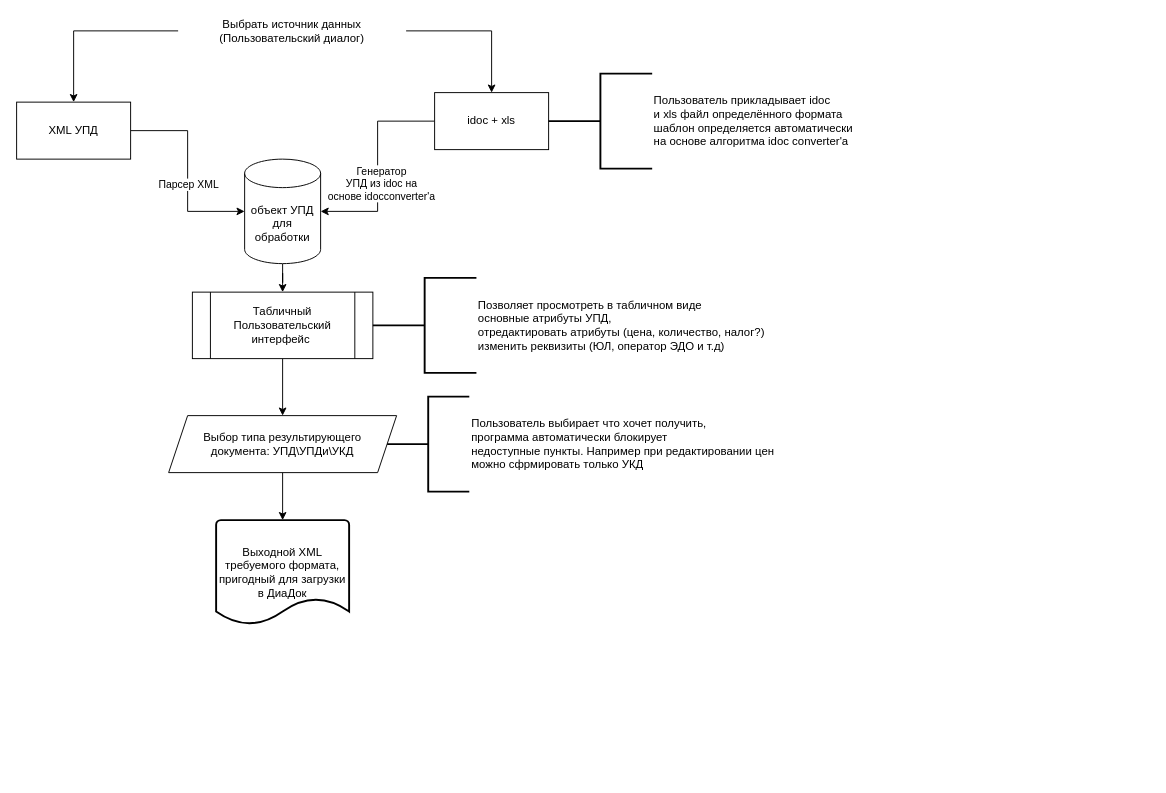
Before: Untitled Diagram.drawio in SergeyMirvoda/da2016, a draw.io diagram. Source tidied: cells renumbered, new cells numbered last; positions are measured from the earlier drawing's top-left corner, leaving out a move shared by most shapes. Both pictures are drawn from the tidied source at 95%, with x=0, y=0 at pixel (16, 16).
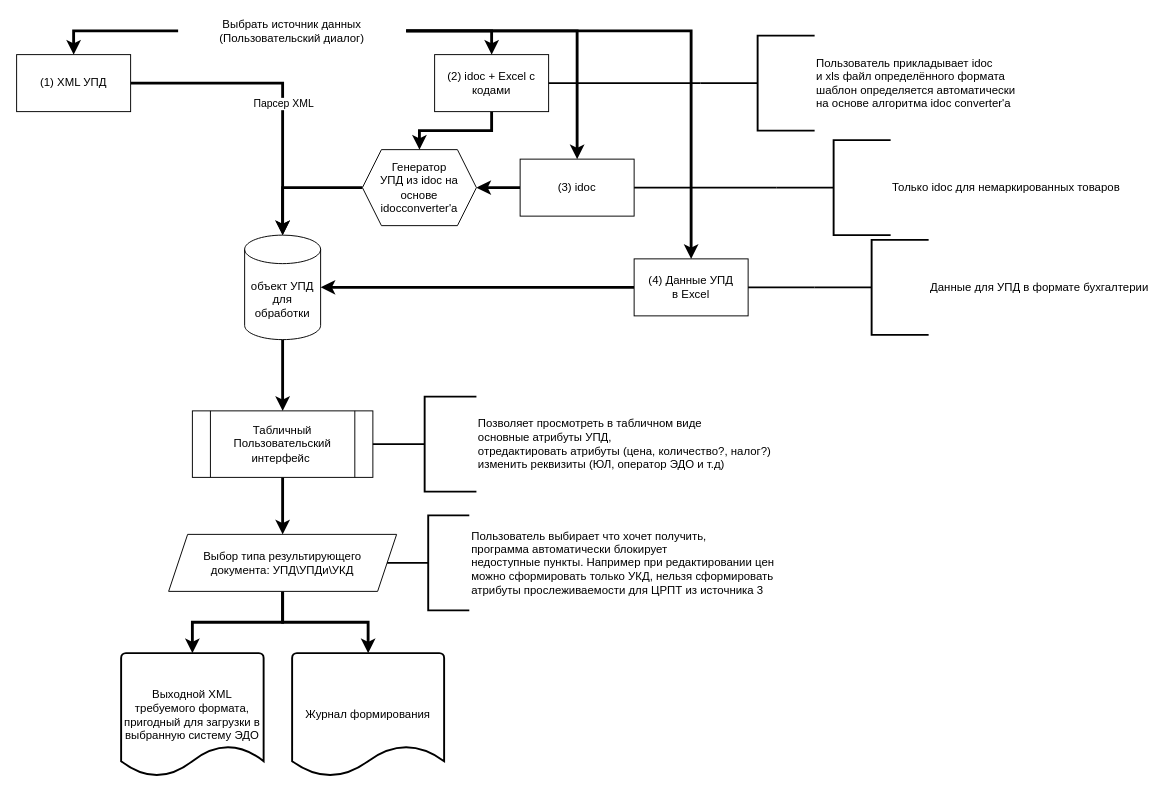
The same page after the edit.

Unchanged cells that the change refers to:
```xml
<mxCell id="4" value="Выбрать источник данных (Пользовательский диалог)" style="text;html=1;strokeColor=none;fillColor=none;align=center;verticalAlign=middle;whiteSpace=wrap;rounded=0;" parent="1" vertex="1">
  <mxGeometry x="170" width="240" height="30" as="geometry" />
</mxCell>
```

Diff of the diagram source:
```diff
@@
-    <mxCell id="2" style="edgeStyle=orthogonalEdgeStyle;rounded=0;jettySize=auto;html=1;" parent="1" edge="1" source="4" target="7">
+    <mxCell id="2" style="edgeStyle=orthogonalEdgeStyle;rounded=0;jettySize=auto;html=1;strokeWidth=3;" parent="1" edge="1" source="4" target="7">
       <mxGeometry relative="1" as="geometry" />
     </mxCell>
-    <mxCell id="3" style="edgeStyle=orthogonalEdgeStyle;rounded=0;jettySize=auto;html=1;" parent="1" edge="1" source="4" target="10">
+    <mxCell id="3" style="edgeStyle=orthogonalEdgeStyle;rounded=0;jettySize=auto;html=1;strokeWidth=3;" parent="1" edge="1" source="4" target="10">
       <mxGeometry relative="1" as="geometry" />
     </mxCell>
+    <mxCell id="21" style="edgeStyle=orthogonalEdgeStyle;rounded=0;jettySize=auto;html=1;entryX=0.5;entryY=0;entryDx=0;entryDy=0;strokeWidth=3;" parent="1" edge="1" source="4" target="27">
+      <mxGeometry relative="1" as="geometry" />
+    </mxCell>
+    <mxCell id="22" style="edgeStyle=orthogonalEdgeStyle;rounded=0;jettySize=auto;html=1;strokeWidth=3;" parent="1" edge="1" source="4" target="29">
+      <mxGeometry relative="1" as="geometry" />
+    </mxCell>
@@
-    <mxCell id="5" style="edgeStyle=orthogonalEdgeStyle;rounded=0;jettySize=auto;html=1;" parent="1" edge="1" source="7" target="12">
+    <mxCell id="5" style="edgeStyle=orthogonalEdgeStyle;rounded=0;jettySize=auto;html=1;strokeWidth=3;" parent="1" edge="1" source="7" target="12">
       <mxGeometry relative="1" as="geometry" />
     </mxCell>
@@
-    <mxCell id="7" value="XML УПД" style="rounded=0;whiteSpace=wrap;html=1;" parent="1" vertex="1">
-      <mxGeometry y="90" width="120" height="60" as="geometry" />
+    <mxCell id="7" value="(1) XML УПД" style="rounded=0;whiteSpace=wrap;html=1;" parent="1" vertex="1">
+      <mxGeometry y="40" width="120" height="60" as="geometry" />
     </mxCell>
-    <mxCell id="8" style="edgeStyle=orthogonalEdgeStyle;rounded=0;jettySize=auto;html=1;entryX=1;entryY=0.5;entryDx=0;entryDy=0;entryPerimeter=0;" parent="1" edge="1" source="10" target="12">
-      <mxGeometry relative="1" as="geometry" />
-    </mxCell>
-    <mxCell id="9" value="Генератор&lt;br&gt;УПД из idoc на &lt;br&gt;основе idocconverter'a" style="edgeLabel;html=1;align=center;verticalAlign=middle;points=[];" parent="8" vertex="1">
-      <mxGeometry x="0.16" y="3" relative="1" as="geometry" />
-    </mxCell>
+    <mxCell id="23" style="edgeStyle=orthogonalEdgeStyle;rounded=0;jettySize=auto;html=1;entryX=0.5;entryY=0;entryDx=0;entryDy=0;strokeWidth=3;" parent="1" edge="1" source="10" target="9">
+      <mxGeometry relative="1" as="geometry" />
+    </mxCell>
-    <mxCell id="10" value="idoc + xls" style="rounded=0;whiteSpace=wrap;html=1;" parent="1" vertex="1">
-      <mxGeometry x="440" y="80" width="120" height="60" as="geometry" />
+    <mxCell id="10" value="(2) idoc + Excel с кодами" style="rounded=0;whiteSpace=wrap;html=1;" parent="1" vertex="1">
+      <mxGeometry x="440" y="40" width="120" height="60" as="geometry" />
     </mxCell>
-    <mxCell id="11" style="edgeStyle=orthogonalEdgeStyle;rounded=0;jettySize=auto;html=1;exitX=0.5;exitY=1;exitDx=0;exitDy=0;exitPerimeter=0;" parent="1" edge="1" source="12" target="14">
+    <mxCell id="11" style="edgeStyle=orthogonalEdgeStyle;rounded=0;jettySize=auto;html=1;exitX=0.5;exitY=1;exitDx=0;exitDy=0;exitPerimeter=0;strokeWidth=3;" parent="1" edge="1" source="12" target="14">
       <mxGeometry relative="1" as="geometry" />
     </mxCell>
     <mxCell id="12" value="объект УПД для обработки" style="shape=cylinder3;whiteSpace=wrap;html=1;boundedLbl=1;backgroundOutline=1;size=15;" parent="1" vertex="1">
-      <mxGeometry x="240" y="150" width="80" height="110" as="geometry" />
+      <mxGeometry x="240" y="230" width="80" height="110" as="geometry" />
     </mxCell>
-    <mxCell id="13" style="edgeStyle=orthogonalEdgeStyle;rounded=0;jettySize=auto;html=1;exitX=0.5;exitY=1;exitDx=0;exitDy=0;" parent="1" edge="1" source="14" target="18">
+    <mxCell id="13" style="edgeStyle=orthogonalEdgeStyle;rounded=0;jettySize=auto;html=1;exitX=0.5;exitY=1;exitDx=0;exitDy=0;strokeWidth=3;" parent="1" edge="1" source="14" target="18">
       <mxGeometry relative="1" as="geometry" />
     </mxCell>
     <mxCell id="14" value="Табличный Пользовательский интерфейс&amp;nbsp; " style="shape=process;whiteSpace=wrap;html=1;backgroundOutline=1;" parent="1" vertex="1">
-      <mxGeometry x="185" y="290" width="190" height="70" as="geometry" />
+      <mxGeometry x="185" y="415" width="190" height="70" as="geometry" />
     </mxCell>
-    <mxCell id="15" value="Выходной XML требуемого формата, пригодный для загрузки в ДиаДок" style="strokeWidth=2;html=1;shape=mxgraph.flowchart.document2;whiteSpace=wrap;size=0.25;" parent="1" vertex="1">
-      <mxGeometry x="210" y="530" width="140" height="110" as="geometry" />
+    <mxCell id="15" value="Журнал формирования" style="strokeWidth=2;html=1;shape=mxgraph.flowchart.document2;whiteSpace=wrap;size=0.25;" parent="1" vertex="1">
+      <mxGeometry x="290" y="670" width="160" height="130" as="geometry" />
     </mxCell>
-    <mxCell id="16" value="Позволяет просмотреть в табличном виде&lt;br&gt;основные атрибуты УПД, &lt;br&gt;отредактировать атрибуты (цена, количество, налог?)&lt;br&gt;изменить реквизиты (ЮЛ, оператор ЭДО и т.д)&lt;br&gt;" style="strokeWidth=2;html=1;shape=mxgraph.flowchart.annotation_2;align=left;labelPosition=right;" parent="1" vertex="1">
-      <mxGeometry x="375" y="275" width="109" height="100" as="geometry" />
+    <mxCell id="16" value="Позволяет просмотреть в табличном виде&lt;br&gt;основные атрибуты УПД, &lt;br&gt;отредактировать атрибуты (цена, количество?, налог?)&lt;br&gt;изменить реквизиты (ЮЛ, оператор ЭДО и т.д)" style="strokeWidth=2;html=1;shape=mxgraph.flowchart.annotation_2;align=left;labelPosition=right;" parent="1" vertex="1">
+      <mxGeometry x="375" y="400" width="109" height="100" as="geometry" />
     </mxCell>
+    <mxCell id="24" style="edgeStyle=orthogonalEdgeStyle;rounded=0;jettySize=auto;html=1;endArrow=classic;endFill=1;strokeWidth=3;" parent="1" edge="1" source="18" target="35">
+      <mxGeometry relative="1" as="geometry" />
+    </mxCell>
-    <mxCell id="17" style="edgeStyle=orthogonalEdgeStyle;rounded=0;jettySize=auto;html=1;" parent="1" edge="1" source="18" target="15">
+    <mxCell id="17" style="edgeStyle=orthogonalEdgeStyle;rounded=0;jettySize=auto;html=1;endArrow=classic;endFill=1;strokeWidth=3;" parent="1" edge="1" source="18" target="15">
       <mxGeometry relative="1" as="geometry" />
     </mxCell>
     <mxCell id="18" value="Выбор типа результирующего &lt;br&gt;документа: УПД\УПДи\УКД" style="shape=parallelogram;perimeter=parallelogramPerimeter;whiteSpace=wrap;html=1;fixedSize=1;" parent="1" vertex="1">
-      <mxGeometry x="160" y="420" width="240" height="60" as="geometry" />
+      <mxGeometry x="160" y="545" width="240" height="60" as="geometry" />
     </mxCell>
-    <mxCell id="19" value="Пользователь выбирает что хочет получить,&lt;br&gt;программа автоматически блокирует &lt;br&gt;недоступные пункты. Например при редактировании цен&lt;br&gt;можно сфрмировать только УКД" style="strokeWidth=2;html=1;shape=mxgraph.flowchart.annotation_2;align=left;labelPosition=right;" parent="1" vertex="1">
-      <mxGeometry x="390" y="400" width="86.5" height="100" as="geometry" />
+    <mxCell id="19" value="Пользователь выбирает что хочет получить,&lt;br&gt;программа автоматически блокирует &lt;br&gt;недоступные пункты. Например при редактировании цен&lt;br&gt;можно сформировать только УКД, нельзя сформировать &lt;br&gt;атрибуты прослеживаемости для ЦРПТ из источника 3" style="strokeWidth=2;html=1;shape=mxgraph.flowchart.annotation_2;align=left;labelPosition=right;" parent="1" vertex="1">
+      <mxGeometry x="390" y="525" width="86.5" height="100" as="geometry" />
     </mxCell>
+    <mxCell id="25" style="edgeStyle=orthogonalEdgeStyle;rounded=0;jettySize=auto;html=1;strokeWidth=2;endArrow=none;endFill=0;" parent="1" edge="1" source="20" target="10">
+      <mxGeometry relative="1" as="geometry" />
+    </mxCell>
     <mxCell id="20" value="Пользователь прикладывает idoc&lt;br&gt;и xls файл определённого формата&lt;br&gt;шаблон определяется автоматически&lt;br&gt;на основе алгоритма idoc converter'a" style="strokeWidth=2;html=1;shape=mxgraph.flowchart.annotation_2;align=left;labelPosition=right;" parent="1" vertex="1">
-      <mxGeometry x="560" y="60" width="109" height="100" as="geometry" />
+      <mxGeometry x="720" y="20" width="120" height="100" as="geometry" />
     </mxCell>
+    <mxCell id="26" style="edgeStyle=orthogonalEdgeStyle;rounded=0;jettySize=auto;html=1;entryX=1;entryY=0.5;entryDx=0;entryDy=0;strokeWidth=3;" parent="1" edge="1" source="27" target="9">
+      <mxGeometry relative="1" as="geometry" />
+    </mxCell>
+    <mxCell id="27" value="(3) idoc" style="rounded=0;whiteSpace=wrap;html=1;" parent="1" vertex="1">
+      <mxGeometry x="530" y="150" width="120" height="60" as="geometry" />
+    </mxCell>
+    <mxCell id="28" style="edgeStyle=orthogonalEdgeStyle;rounded=0;jettySize=auto;html=1;strokeWidth=3;" parent="1" edge="1" source="29" target="12">
+      <mxGeometry relative="1" as="geometry" />
+    </mxCell>
+    <mxCell id="29" value="(4) Данные УПД &lt;br&gt;в Excel" style="rounded=0;whiteSpace=wrap;html=1;" parent="1" vertex="1">
+      <mxGeometry x="650" y="255" width="120" height="60" as="geometry" />
+    </mxCell>
+    <mxCell id="30" style="edgeStyle=orthogonalEdgeStyle;rounded=0;jettySize=auto;html=1;endArrow=none;endFill=0;strokeWidth=2;" parent="1" edge="1" source="31" target="27">
+      <mxGeometry relative="1" as="geometry" />
+    </mxCell>
+    <mxCell id="31" value="Только idoc для немаркированных товаров" style="strokeWidth=2;html=1;shape=mxgraph.flowchart.annotation_2;align=left;labelPosition=right;" parent="1" vertex="1">
+      <mxGeometry x="800" y="130" width="120" height="100" as="geometry" />
+    </mxCell>
+    <mxCell id="32" style="edgeStyle=orthogonalEdgeStyle;rounded=0;jettySize=auto;html=1;strokeWidth=2;endArrow=none;endFill=0;" parent="1" edge="1" source="33" target="29">
+      <mxGeometry relative="1" as="geometry" />
+    </mxCell>
+    <mxCell id="33" value="Данные для УПД в формате бухгалтерии" style="strokeWidth=2;html=1;shape=mxgraph.flowchart.annotation_2;align=left;labelPosition=right;" parent="1" vertex="1">
+      <mxGeometry x="840" y="235" width="120" height="100" as="geometry" />
+    </mxCell>
+    <mxCell id="34" style="edgeStyle=orthogonalEdgeStyle;rounded=0;jettySize=auto;html=1;strokeWidth=3;" parent="1" edge="1" source="9" target="12">
+      <mxGeometry relative="1" as="geometry" />
+    </mxCell>
+    <mxCell id="9" value="Генератор&lt;br&gt;УПД из idoc на &lt;br&gt;основе idocconverter'a" style="shape=hexagon;perimeter=hexagonPerimeter2;whiteSpace=wrap;html=1;fixedSize=1;" parent="1" vertex="1">
+      <mxGeometry x="364" y="140" width="120" height="80" as="geometry" />
+    </mxCell>
+    <mxCell id="35" value="Выходной XML требуемого формата, пригодный для загрузки в выбранную систему ЭДО" style="strokeWidth=2;html=1;shape=mxgraph.flowchart.document2;whiteSpace=wrap;size=0.25;" parent="1" vertex="1">
+      <mxGeometry x="110" y="670" width="150" height="130" as="geometry" />
+    </mxCell>
```
